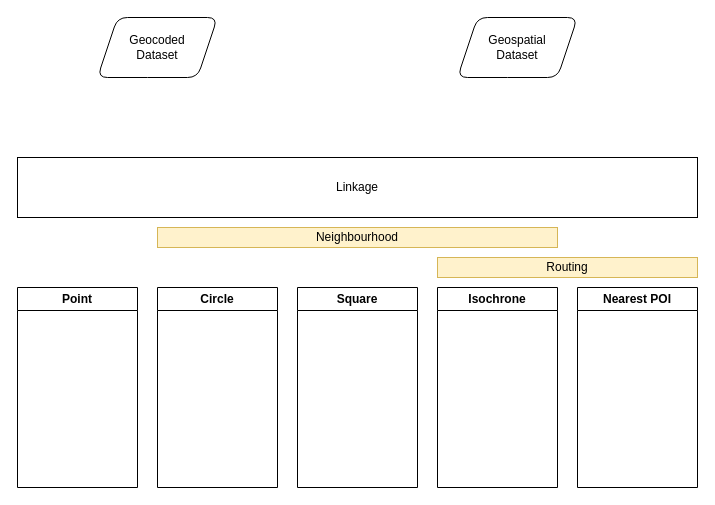
The draw.io diagram sora/graphic_linking_job_linking_types_parameter.drawio in traveller195/draw_io, before the edit. Source tidied: cells renumbered, new cells numbered last; positions are measured from the earlier drawing's top-left corner, leaving out a move shared by most shapes. Both pictures are drawn from the tidied source at 100%, with x=0, y=0 at pixel (17, 17).
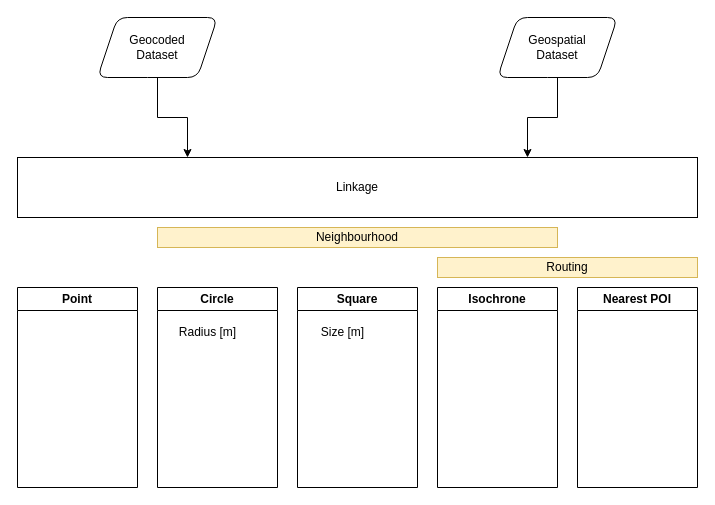
The same page after the edit.

Change to the diagram source:
```diff
@@
 <mxGraphModel>
   <root>
     <mxCell id="0" />
     <mxCell id="1" parent="0" />
+    <mxCell id="12" style="edgeStyle=orthogonalEdgeStyle;rounded=0;jettySize=auto;html=1;exitX=0.5;exitY=1;exitDx=0;exitDy=0;entryX=0.25;entryY=0;entryDx=0;entryDy=0;" parent="1" edge="1" source="2" target="4">
+      <mxGeometry relative="1" as="geometry" />
+    </mxCell>
     <mxCell id="2" value="Geocoded&lt;br&gt;Dataset" style="shape=parallelogram;perimeter=parallelogramPerimeter;whiteSpace=wrap;html=1;fixedSize=1;rounded=1;" parent="1" vertex="1">
       <mxGeometry x="80" width="120" height="60" as="geometry" />
     </mxCell>
+    <mxCell id="13" style="edgeStyle=orthogonalEdgeStyle;rounded=0;jettySize=auto;html=1;exitX=0.5;exitY=1;exitDx=0;exitDy=0;entryX=0.75;entryY=0;entryDx=0;entryDy=0;" parent="1" edge="1" source="3" target="4">
+      <mxGeometry relative="1" as="geometry" />
+    </mxCell>
     <mxCell id="3" value="Geospatial&lt;br&gt;Dataset" style="shape=parallelogram;perimeter=parallelogramPerimeter;whiteSpace=wrap;html=1;fixedSize=1;rounded=1;" parent="1" vertex="1">
-      <mxGeometry x="440" width="120" height="60" as="geometry" />
+      <mxGeometry x="480" width="120" height="60" as="geometry" />
     </mxCell>
     <mxCell id="4" value="Linkage" style="rounded=0;whiteSpace=wrap;html=1;" parent="1" vertex="1">
       <mxGeometry y="140" width="680" height="60" as="geometry" />
     </mxCell>
     <mxCell id="5" value="Circle" style="swimlane;whiteSpace=wrap;html=1;" parent="1" vertex="1">
       <mxGeometry x="140" y="270" width="120" height="200" as="geometry" />
     </mxCell>
+    <mxCell id="14" value="Radius [m]" style="text;html=1;align=center;verticalAlign=middle;strokeColor=none;fillColor=none;" parent="5" vertex="1">
+      <mxGeometry x="10" y="30" width="80" height="30" as="geometry" />
+    </mxCell>
     <mxCell id="6" value="Point" style="swimlane;whiteSpace=wrap;html=1;" parent="1" vertex="1">
       <mxGeometry y="270" width="120" height="200" as="geometry" />
     </mxCell>
     <mxCell id="7" value="Square" style="swimlane;whiteSpace=wrap;html=1;" parent="1" vertex="1">
       <mxGeometry x="280" y="270" width="120" height="200" as="geometry" />
     </mxCell>
+    <mxCell id="15" value="Size [m]" style="text;html=1;align=center;verticalAlign=middle;strokeColor=none;fillColor=none;" parent="7" vertex="1">
+      <mxGeometry x="10" y="30" width="70" height="30" as="geometry" />
+    </mxCell>
     <mxCell id="8" value="Isochrone" style="swimlane;whiteSpace=wrap;html=1;startSize=23;" parent="1" vertex="1">
       <mxGeometry x="420" y="270" width="120" height="200" as="geometry" />
     </mxCell>
     <mxCell id="9" value="Nearest POI" style="swimlane;whiteSpace=wrap;html=1;" parent="1" vertex="1">
       <mxGeometry x="560" y="270" width="120" height="200" as="geometry" />
     </mxCell>
     <mxCell id="10" value="Neighbourhood" style="rounded=0;whiteSpace=wrap;html=1;fillColor=#fff2cc;strokeColor=#d6b656;" parent="1" vertex="1">
       <mxGeometry x="140" y="210" width="400" height="20" as="geometry" />
     </mxCell>
     <mxCell id="11" value="Routing" style="rounded=0;whiteSpace=wrap;html=1;fillColor=#fff2cc;strokeColor=#d6b656;" parent="1" vertex="1">
       <mxGeometry x="420" y="240" width="260" height="20" as="geometry" />
     </mxCell>
   </root>
 </mxGraphModel>
```
